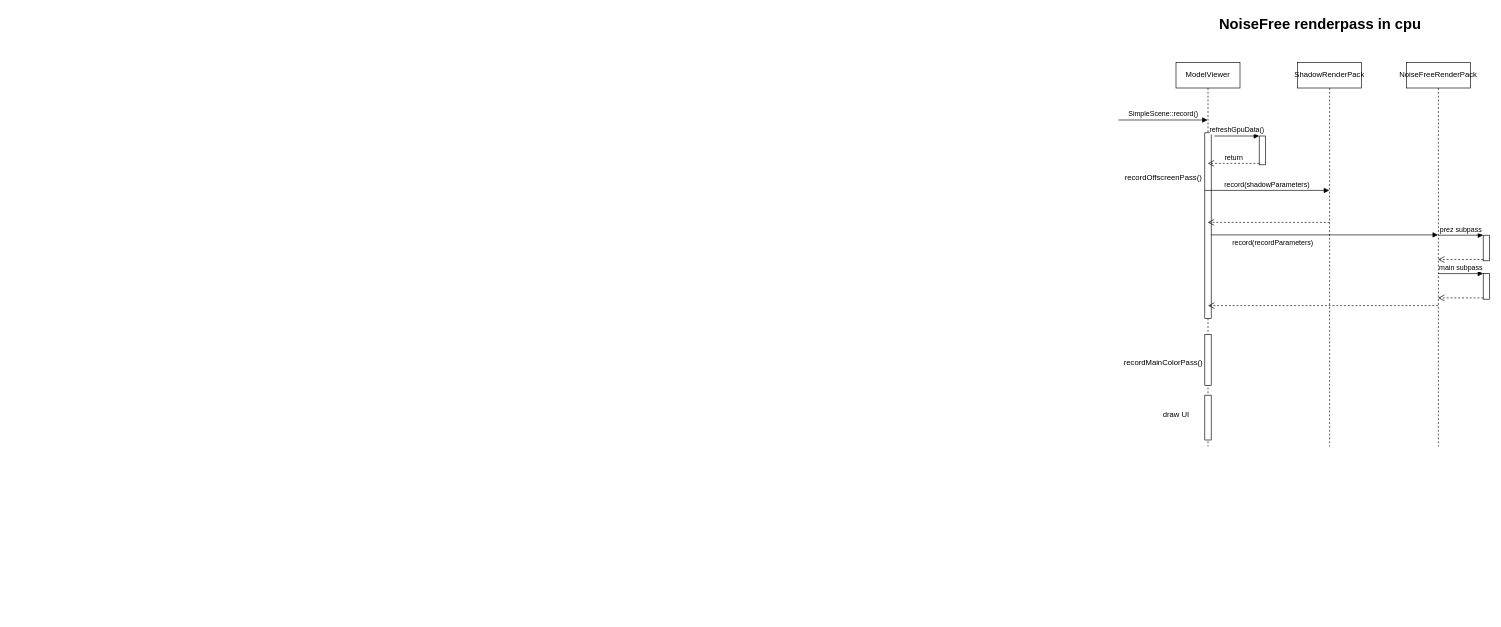
Before: jedi-sdk_render.drawio in kevin3134/learningGameEngine, a draw.io diagram. Source tidied: cells renumbered, new cells numbered last; positions are measured from the earlier drawing's top-left corner, leaving out a move shared by most shapes. Both pictures are drawn from the tidied source at 64%, with x=0, y=0 at pixel (1115, 11).
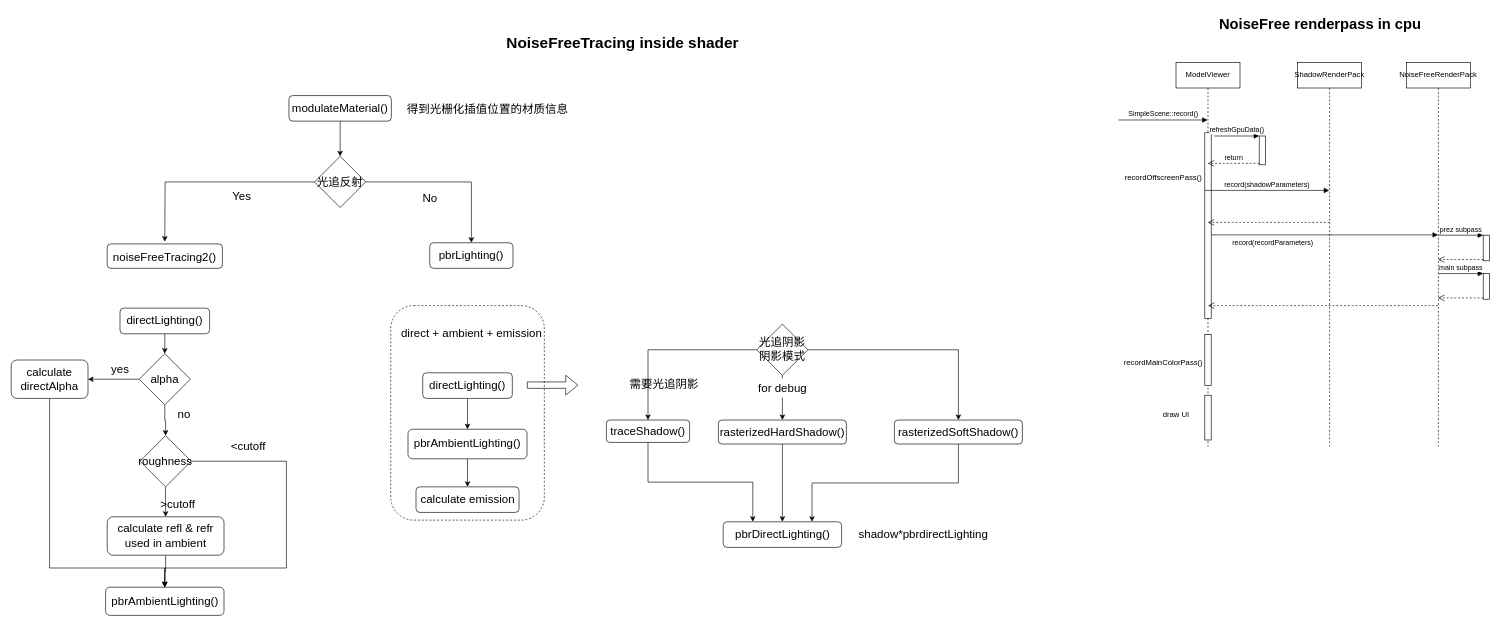
The same diagram, later.

Change to the diagram source:
```diff
@@
+    <mxCell id="26" style="rounded=1;whiteSpace=wrap;html=1;fontSize=24;dashed=1;" parent="1" vertex="1">
+      <mxGeometry x="-1132" y="460" width="240" height="335.2" as="geometry" />
+    </mxCell>
@@
+    <mxCell id="27" style="edgeStyle=orthogonalEdgeStyle;rounded=0;jettySize=auto;html=1;exitX=0.5;exitY=1;exitDx=0;exitDy=0;entryX=0.5;entryY=0;entryDx=0;entryDy=0;fontSize=18;" parent="1" edge="1" source="28" target="33">
+      <mxGeometry relative="1" as="geometry" />
+    </mxCell>
+    <mxCell id="28" value="&lt;font style=&quot;font-size: 18px;&quot;&gt;modulateMaterial()&lt;/font&gt;" style="rounded=1;whiteSpace=wrap;html=1;" parent="1" vertex="1">
+      <mxGeometry x="-1291" y="131.8" width="160" height="40" as="geometry" />
+    </mxCell>
+    <mxCell id="29" value="&lt;font style=&quot;font-size: 24px;&quot;&gt;&lt;b&gt;NoiseFreeTracing inside shader&lt;/b&gt;&lt;/font&gt;" style="text;html=1;align=center;verticalAlign=middle;strokeColor=none;fillColor=none;" parent="1" vertex="1">
+      <mxGeometry x="-965" y="30" width="390" height="40" as="geometry" />
+    </mxCell>
+    <mxCell id="30" value="&lt;font style=&quot;font-size: 18px;&quot;&gt;得到光栅化插值位置的材质信息&lt;/font&gt;" style="text;html=1;align=center;verticalAlign=middle;strokeColor=none;fillColor=none;fontSize=24;" parent="1" vertex="1">
+      <mxGeometry x="-1121" y="131.8" width="280" height="40" as="geometry" />
+    </mxCell>
+    <mxCell id="31" style="edgeStyle=orthogonalEdgeStyle;rounded=0;jettySize=auto;html=1;exitX=1;exitY=0.5;exitDx=0;exitDy=0;fontSize=18;" parent="1" edge="1" source="33" target="34">
+      <mxGeometry relative="1" as="geometry" />
+    </mxCell>
+    <mxCell id="32" style="edgeStyle=orthogonalEdgeStyle;rounded=0;jettySize=auto;html=1;exitX=0;exitY=0.5;exitDx=0;exitDy=0;fontSize=18;" parent="1" edge="1" source="33">
+      <mxGeometry relative="1" as="geometry">
+        <mxPoint x="-1485" y="360" as="targetPoint" />
+      </mxGeometry>
+    </mxCell>
+    <mxCell id="33" value="光追反射" style="rhombus;whiteSpace=wrap;html=1;fontSize=18;" parent="1" vertex="1">
+      <mxGeometry x="-1251" y="226.8" width="80" height="80" as="geometry" />
+    </mxCell>
+    <mxCell id="34" value="pbrLighting()" style="rounded=1;whiteSpace=wrap;html=1;fontSize=18;" parent="1" vertex="1">
+      <mxGeometry x="-1071" y="361.8" width="130" height="40" as="geometry" />
+    </mxCell>
+    <mxCell id="35" value="No" style="text;html=1;align=center;verticalAlign=middle;strokeColor=none;fillColor=none;fontSize=18;" parent="1" vertex="1">
+      <mxGeometry x="-1096" y="276.8" width="50" height="30" as="geometry" />
+    </mxCell>
+    <mxCell id="36" style="edgeStyle=orthogonalEdgeStyle;rounded=0;jettySize=auto;html=1;exitX=0.5;exitY=1;exitDx=0;exitDy=0;entryX=0.5;entryY=0;entryDx=0;entryDy=0;fontSize=18;" parent="1" edge="1" source="37" target="56">
+      <mxGeometry relative="1" as="geometry" />
+    </mxCell>
+    <mxCell id="37" value="directLighting()" style="rounded=1;whiteSpace=wrap;html=1;fontSize=18;" parent="1" vertex="1">
+      <mxGeometry x="-1082" y="565" width="140" height="40" as="geometry" />
+    </mxCell>
+    <mxCell id="38" style="edgeStyle=orthogonalEdgeStyle;rounded=0;jettySize=auto;html=1;exitX=1;exitY=0.5;exitDx=0;exitDy=0;entryX=0.5;entryY=0;entryDx=0;entryDy=0;fontSize=18;" parent="1" edge="1" source="41" target="47">
+      <mxGeometry relative="1" as="geometry" />
+    </mxCell>
+    <mxCell id="39" style="edgeStyle=orthogonalEdgeStyle;rounded=0;jettySize=auto;html=1;exitX=0.5;exitY=1;exitDx=0;exitDy=0;entryX=0.5;entryY=0;entryDx=0;entryDy=0;fontSize=18;startArrow=none;" parent="1" edge="1" source="52" target="45">
+      <mxGeometry relative="1" as="geometry" />
+    </mxCell>
+    <mxCell id="40" style="edgeStyle=orthogonalEdgeStyle;rounded=0;jettySize=auto;html=1;exitX=0;exitY=0.5;exitDx=0;exitDy=0;entryX=0.5;entryY=0;entryDx=0;entryDy=0;fontSize=18;" parent="1" edge="1" source="41" target="43">
+      <mxGeometry relative="1" as="geometry" />
+    </mxCell>
+    <mxCell id="41" value="光追阴影&lt;br&gt;阴影模式" style="rhombus;whiteSpace=wrap;html=1;fontSize=18;" parent="1" vertex="1">
+      <mxGeometry x="-560" y="489" width="80" height="80" as="geometry" />
+    </mxCell>
+    <mxCell id="42" style="edgeStyle=orthogonalEdgeStyle;rounded=0;jettySize=auto;html=1;exitX=0.5;exitY=1;exitDx=0;exitDy=0;entryX=0.25;entryY=0;entryDx=0;entryDy=0;fontSize=18;" parent="1" edge="1" source="43" target="48">
+      <mxGeometry relative="1" as="geometry" />
+    </mxCell>
+    <mxCell id="43" value="traceShadow()" style="rounded=1;whiteSpace=wrap;html=1;fontSize=18;" parent="1" vertex="1">
+      <mxGeometry x="-795" y="638.8" width="130" height="35" as="geometry" />
+    </mxCell>
+    <mxCell id="44" style="edgeStyle=orthogonalEdgeStyle;rounded=0;jettySize=auto;html=1;exitX=0.5;exitY=1;exitDx=0;exitDy=0;entryX=0.5;entryY=0;entryDx=0;entryDy=0;fontSize=18;" parent="1" edge="1" source="45" target="48">
+      <mxGeometry relative="1" as="geometry" />
+    </mxCell>
+    <mxCell id="45" value="rasterizedHardShadow()" style="rounded=1;whiteSpace=wrap;html=1;fontSize=18;" parent="1" vertex="1">
+      <mxGeometry x="-620" y="638.8" width="200" height="37.5" as="geometry" />
+    </mxCell>
+    <mxCell id="46" style="edgeStyle=orthogonalEdgeStyle;rounded=0;jettySize=auto;html=1;exitX=0.5;exitY=1;exitDx=0;exitDy=0;entryX=0.75;entryY=0;entryDx=0;entryDy=0;fontSize=18;" parent="1" edge="1" source="47" target="48">
+      <mxGeometry relative="1" as="geometry" />
+    </mxCell>
+    <mxCell id="47" value="rasterizedSoftShadow()" style="rounded=1;whiteSpace=wrap;html=1;fontSize=18;" parent="1" vertex="1">
+      <mxGeometry x="-345" y="638.8" width="200" height="37.5" as="geometry" />
+    </mxCell>
+    <mxCell id="48" value="pbrDirectLighting()" style="rounded=1;whiteSpace=wrap;html=1;fontSize=18;" parent="1" vertex="1">
+      <mxGeometry x="-612.5" y="797.8" width="185" height="40" as="geometry" />
+    </mxCell>
+    <mxCell id="49" value="shadow*pbrdirectLighting" style="text;html=1;align=center;verticalAlign=middle;strokeColor=none;fillColor=none;fontSize=18;" parent="1" vertex="1">
+      <mxGeometry x="-415" y="802.8" width="230" height="30" as="geometry" />
+    </mxCell>
+    <mxCell id="50" style="edgeStyle=orthogonalEdgeStyle;rounded=0;orthogonalLoop=1;jettySize=auto;html=1;exitX=0.5;exitY=1;exitDx=0;exitDy=0;fontSize=18;" parent="1" edge="1" source="48" target="48">
+      <mxGeometry relative="1" as="geometry" />
+    </mxCell>
+    <mxCell id="51" value="需要光追阴影" style="text;html=1;align=center;verticalAlign=middle;strokeColor=none;fillColor=none;fontSize=18;" parent="1" vertex="1">
+      <mxGeometry x="-770" y="569" width="130" height="30" as="geometry" />
+    </mxCell>
+    <mxCell id="52" value="for debug" style="text;html=1;align=center;verticalAlign=middle;points=[];strokeColor=none;fillColor=none;fontSize=18;" parent="1" vertex="1">
+      <mxGeometry x="-570" y="573.8" width="100" height="30" as="geometry" />
+    </mxCell>
+    <mxCell id="53" style="edgeStyle=orthogonalEdgeStyle;rounded=0;jettySize=auto;html=1;exitX=0.5;exitY=1;exitDx=0;exitDy=0;entryX=0.5;entryY=0;entryDx=0;entryDy=0;fontSize=18;endArrow=none;" parent="1" edge="1" source="41" target="52">
+      <mxGeometry relative="1" as="geometry" />
+    </mxCell>
+    <mxCell id="54" style="shape=flexArrow;endArrow=classic;html=1;rounded=0;fontSize=18;" parent="1" edge="1">
+      <mxGeometry relative="1" as="geometry">
+        <mxPoint x="-919" y="584.3" as="sourcePoint" />
+        <mxPoint x="-839" y="584.3" as="targetPoint" />
+      </mxGeometry>
+    </mxCell>
+    <mxCell id="55" style="edgeStyle=orthogonalEdgeStyle;rounded=0;jettySize=auto;html=1;exitX=0.5;exitY=1;exitDx=0;exitDy=0;entryX=0.5;entryY=0;entryDx=0;entryDy=0;fontSize=18;" parent="1" edge="1" source="56" target="57">
+      <mxGeometry relative="1" as="geometry" />
+    </mxCell>
+    <mxCell id="56" value="pbrAmbientLighting()" style="rounded=1;whiteSpace=wrap;html=1;fontSize=18;" parent="1" vertex="1">
+      <mxGeometry x="-1105" y="653.2" width="186" height="46.2" as="geometry" />
+    </mxCell>
+    <mxCell id="57" value="calculate emission" style="rounded=1;whiteSpace=wrap;html=1;fontSize=18;" parent="1" vertex="1">
+      <mxGeometry x="-1092.5" y="743.2" width="161" height="40" as="geometry" />
+    </mxCell>
+    <mxCell id="58" value="&lt;font style=&quot;font-size: 18px;&quot;&gt;noiseFreeTracing2()&lt;/font&gt;" style="rounded=1;whiteSpace=wrap;html=1;fontSize=24;" parent="1" vertex="1">
+      <mxGeometry x="-1575" y="363.6" width="180" height="38.2" as="geometry" />
+    </mxCell>
+    <mxCell id="59" value="Yes" style="text;html=1;align=center;verticalAlign=middle;strokeColor=none;fillColor=none;fontSize=18;" parent="1" vertex="1">
+      <mxGeometry x="-1390" y="275" width="50" height="30" as="geometry" />
+    </mxCell>
+    <mxCell id="60" style="edgeStyle=orthogonalEdgeStyle;rounded=0;jettySize=auto;html=1;exitX=0.5;exitY=1;exitDx=0;exitDy=0;entryX=0.5;entryY=0;entryDx=0;entryDy=0;fontSize=18;" parent="1" edge="1" source="61" target="65">
+      <mxGeometry relative="1" as="geometry" />
+    </mxCell>
+    <mxCell id="61" value="directLighting()" style="rounded=1;whiteSpace=wrap;html=1;fontSize=18;" parent="1" vertex="1">
+      <mxGeometry x="-1555" y="464" width="140" height="40" as="geometry" />
+    </mxCell>
+    <mxCell id="62" value="direct + ambient + emission" style="text;html=1;align=center;verticalAlign=middle;strokeColor=none;fillColor=none;fontSize=18;" parent="1" vertex="1">
+      <mxGeometry x="-1126" y="489" width="240" height="30" as="geometry" />
+    </mxCell>
+    <mxCell id="63" style="edgeStyle=orthogonalEdgeStyle;rounded=0;jettySize=auto;html=1;exitX=0.5;exitY=1;exitDx=0;exitDy=0;entryX=0.5;entryY=0;entryDx=0;entryDy=0;fontSize=18;" parent="1" edge="1" source="65" target="73">
+      <mxGeometry relative="1" as="geometry" />
+    </mxCell>
+    <mxCell id="64" style="edgeStyle=orthogonalEdgeStyle;rounded=0;jettySize=auto;html=1;exitX=0;exitY=0.5;exitDx=0;exitDy=0;fontSize=18;" parent="1" edge="1" source="65" target="68">
+      <mxGeometry relative="1" as="geometry" />
+    </mxCell>
+    <mxCell id="65" value="alpha" style="rhombus;whiteSpace=wrap;html=1;fontSize=18;" parent="1" vertex="1">
+      <mxGeometry x="-1525" y="535" width="80" height="80" as="geometry" />
+    </mxCell>
+    <mxCell id="66" value="pbrAmbientLighting()" style="rounded=1;whiteSpace=wrap;html=1;fontSize=18;" parent="1" vertex="1">
+      <mxGeometry x="-1577.5" y="900" width="185" height="44" as="geometry" />
+    </mxCell>
+    <mxCell id="67" style="edgeStyle=orthogonalEdgeStyle;rounded=0;jettySize=auto;html=1;exitX=0.5;exitY=1;exitDx=0;exitDy=0;entryX=0.5;entryY=0;entryDx=0;entryDy=0;fontSize=18;" parent="1" edge="1" source="68" target="66">
+      <mxGeometry relative="1" as="geometry">
+        <Array as="points">
+          <mxPoint x="-1665" y="870" />
+          <mxPoint x="-1485" y="870" />
+        </Array>
+      </mxGeometry>
+    </mxCell>
+    <mxCell id="68" value="calculate directAlpha" style="rounded=1;whiteSpace=wrap;html=1;fontSize=18;" parent="1" vertex="1">
+      <mxGeometry x="-1725" y="545" width="120" height="60" as="geometry" />
+    </mxCell>
+    <mxCell id="69" style="edgeStyle=orthogonalEdgeStyle;rounded=0;jettySize=auto;html=1;exitX=0.5;exitY=1;exitDx=0;exitDy=0;fontSize=18;" parent="1" edge="1" source="70" target="66">
+      <mxGeometry relative="1" as="geometry" />
+    </mxCell>
+    <mxCell id="70" value="calculate refl &amp;amp; refr&lt;br&gt;used in ambient" style="rounded=1;whiteSpace=wrap;html=1;fontSize=18;" parent="1" vertex="1">
+      <mxGeometry x="-1575" y="790" width="182.5" height="60" as="geometry" />
+    </mxCell>
+    <mxCell id="71" style="edgeStyle=orthogonalEdgeStyle;rounded=0;jettySize=auto;html=1;exitX=0.5;exitY=1;exitDx=0;exitDy=0;entryX=0.5;entryY=0;entryDx=0;entryDy=0;fontSize=18;" parent="1" edge="1" source="73" target="70">
+      <mxGeometry relative="1" as="geometry" />
+    </mxCell>
+    <mxCell id="72" style="edgeStyle=orthogonalEdgeStyle;rounded=0;jettySize=auto;html=1;exitX=1;exitY=0.5;exitDx=0;exitDy=0;entryX=0.5;entryY=0;entryDx=0;entryDy=0;fontSize=18;" parent="1" edge="1" source="73" target="66">
+      <mxGeometry relative="1" as="geometry">
+        <Array as="points">
+          <mxPoint x="-1295" y="703" />
+          <mxPoint x="-1295" y="870" />
+          <mxPoint x="-1485" y="870" />
+        </Array>
+      </mxGeometry>
+    </mxCell>
+    <mxCell id="73" value="roughness" style="rhombus;whiteSpace=wrap;html=1;fontSize=18;" parent="1" vertex="1">
+      <mxGeometry x="-1523.8" y="663.2" width="80" height="80" as="geometry" />
+    </mxCell>
+    <mxCell id="74" value="yes" style="text;html=1;align=center;verticalAlign=middle;strokeColor=none;fillColor=none;fontSize=18;" parent="1" vertex="1">
+      <mxGeometry x="-1580" y="545" width="50" height="30" as="geometry" />
+    </mxCell>
+    <mxCell id="75" value="no" style="text;html=1;align=center;verticalAlign=middle;strokeColor=none;fillColor=none;fontSize=18;" parent="1" vertex="1">
+      <mxGeometry x="-1475" y="615" width="40" height="30" as="geometry" />
+    </mxCell>
+    <mxCell id="76" value="&amp;lt;cutoff" style="text;html=1;align=center;verticalAlign=middle;strokeColor=none;fillColor=none;fontSize=18;" parent="1" vertex="1">
+      <mxGeometry x="-1395" y="665" width="80" height="30" as="geometry" />
+    </mxCell>
+    <mxCell id="77" value="&amp;gt;cutoff" style="text;html=1;align=center;verticalAlign=middle;strokeColor=none;fillColor=none;fontSize=18;" parent="1" vertex="1">
+      <mxGeometry x="-1505" y="755" width="80" height="30" as="geometry" />
+    </mxCell>
```
